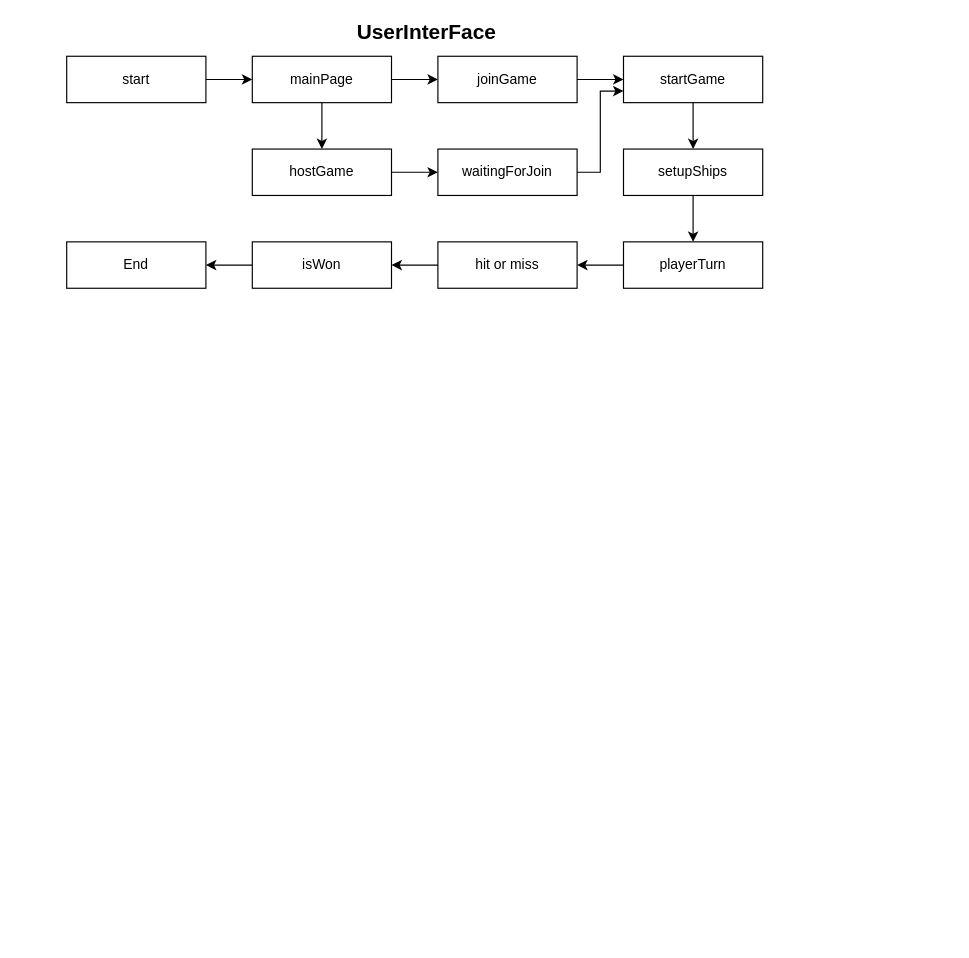
Earlier version of the draw.io diagram page "Page-1" (1 of 2) of docs/battleShip.drawio (shiviraj/battleShip). Source tidied: cells renumbered, new cells numbered last; positions are measured from the earlier drawing's top-left corner, leaving out a move shared by most shapes. Both pictures are drawn from the tidied source at 116%, with x=0, y=0 at pixel (66, 21).
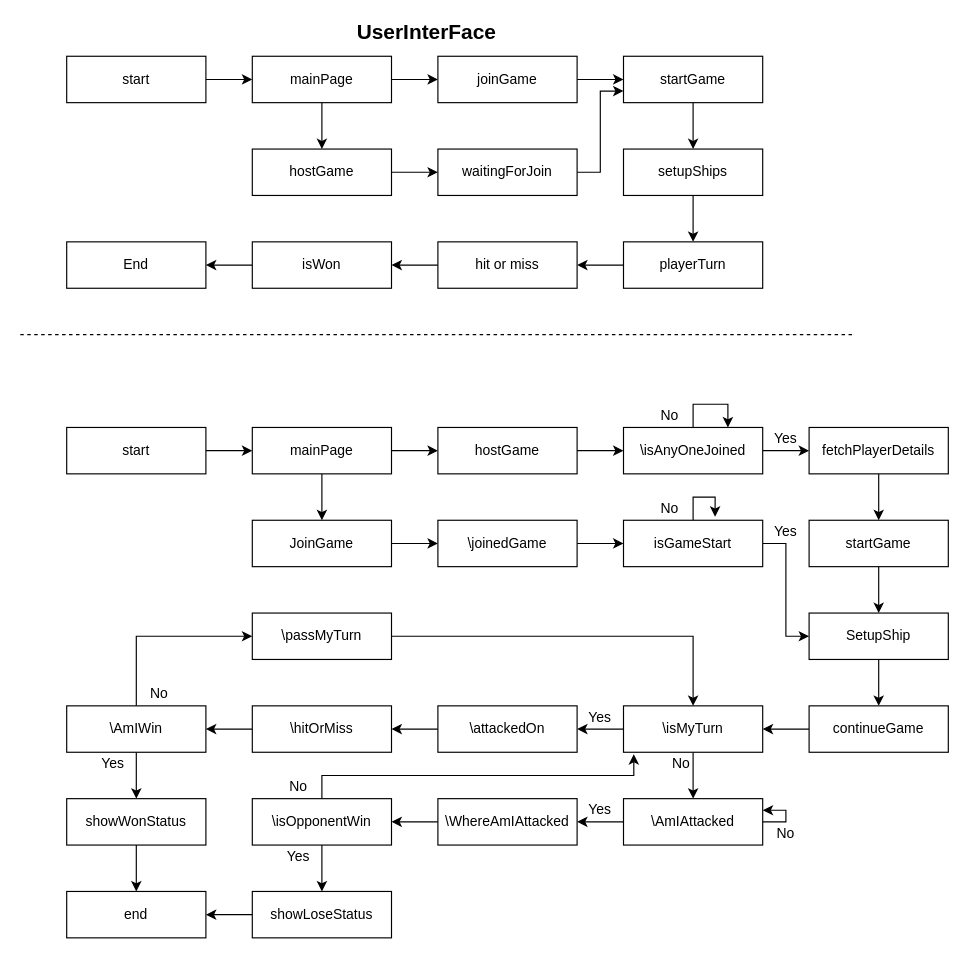
The same diagram, later.

Change to the diagram source:
```diff
@@
+    <mxCell id="25" style="endArrow=none;dashed=1;html=1;" parent="1" edge="1">
+      <mxGeometry relative="1" as="geometry">
+        <mxPoint x="-40" y="270" as="sourcePoint" />
+        <mxPoint x="680" y="270" as="targetPoint" />
+      </mxGeometry>
+    </mxCell>
+    <mxCell id="26" style="edgeStyle=orthogonalEdgeStyle;rounded=0;jettySize=auto;html=1;entryX=0;entryY=0.5;entryDx=0;entryDy=0;" parent="1" edge="1" source="27" target="30">
+      <mxGeometry relative="1" as="geometry" />
+    </mxCell>
+    <mxCell id="27" value="start" style="rounded=0;whiteSpace=wrap;html=1;" parent="1" vertex="1">
+      <mxGeometry y="350" width="120" height="40" as="geometry" />
+    </mxCell>
+    <mxCell id="28" style="edgeStyle=orthogonalEdgeStyle;rounded=0;jettySize=auto;html=1;entryX=0;entryY=0.5;entryDx=0;entryDy=0;" parent="1" edge="1" source="30" target="32">
+      <mxGeometry relative="1" as="geometry" />
+    </mxCell>
+    <mxCell id="29" style="edgeStyle=orthogonalEdgeStyle;rounded=0;jettySize=auto;html=1;entryX=0.5;entryY=0;entryDx=0;entryDy=0;" parent="1" edge="1" source="30" target="42">
+      <mxGeometry relative="1" as="geometry" />
+    </mxCell>
+    <mxCell id="30" value="mainPage" style="rounded=0;whiteSpace=wrap;html=1;" parent="1" vertex="1">
+      <mxGeometry x="160" y="350" width="120" height="40" as="geometry" />
+    </mxCell>
+    <mxCell id="31" style="edgeStyle=orthogonalEdgeStyle;rounded=0;jettySize=auto;html=1;entryX=0;entryY=0.5;entryDx=0;entryDy=0;" parent="1" edge="1" source="32" target="34">
+      <mxGeometry relative="1" as="geometry" />
+    </mxCell>
+    <mxCell id="32" value="hostGame" style="rounded=0;whiteSpace=wrap;html=1;" parent="1" vertex="1">
+      <mxGeometry x="320" y="350" width="120" height="40" as="geometry" />
+    </mxCell>
+    <mxCell id="33" style="edgeStyle=orthogonalEdgeStyle;rounded=0;jettySize=auto;html=1;entryX=0;entryY=0.5;entryDx=0;entryDy=0;" parent="1" edge="1" source="34" target="36">
+      <mxGeometry relative="1" as="geometry" />
+    </mxCell>
+    <mxCell id="34" value="\isAnyOneJoined" style="rounded=0;whiteSpace=wrap;html=1;" parent="1" vertex="1">
+      <mxGeometry x="480" y="350" width="120" height="40" as="geometry" />
+    </mxCell>
+    <mxCell id="35" style="edgeStyle=orthogonalEdgeStyle;rounded=0;jettySize=auto;html=1;entryX=0.5;entryY=0;entryDx=0;entryDy=0;" parent="1" edge="1" source="36" target="52">
+      <mxGeometry relative="1" as="geometry" />
+    </mxCell>
+    <mxCell id="36" value="fetchPlayerDetails" style="rounded=0;whiteSpace=wrap;html=1;" parent="1" vertex="1">
+      <mxGeometry x="640" y="350" width="120" height="40" as="geometry" />
+    </mxCell>
+    <mxCell id="37" style="edgeStyle=orthogonalEdgeStyle;rounded=0;jettySize=auto;html=1;entryX=0.5;entryY=0;entryDx=0;entryDy=0;" parent="1" edge="1" source="52" target="51">
+      <mxGeometry relative="1" as="geometry" />
+    </mxCell>
+    <mxCell id="38" style="edgeStyle=orthogonalEdgeStyle;rounded=0;orthogonalLoop=1;jettySize=auto;html=1;entryX=0.75;entryY=0;entryDx=0;entryDy=0;" parent="1" edge="1" source="34" target="34">
+      <mxGeometry relative="1" as="geometry">
+        <Array as="points">
+          <mxPoint x="540" y="330" />
+          <mxPoint x="570" y="330" />
+        </Array>
+      </mxGeometry>
+    </mxCell>
+    <mxCell id="39" value="No" style="text;html=1;strokeColor=none;fillColor=none;align=center;verticalAlign=middle;whiteSpace=wrap;rounded=0;" parent="1" vertex="1">
+      <mxGeometry x="480" y="310" width="80" height="60" as="geometry" />
+    </mxCell>
+    <mxCell id="40" value="Yes" style="text;html=1;strokeColor=none;fillColor=none;align=center;verticalAlign=middle;whiteSpace=wrap;rounded=0;" parent="1" vertex="1">
+      <mxGeometry x="600" y="350" width="40" height="20" as="geometry" />
+    </mxCell>
+    <mxCell id="41" style="edgeStyle=orthogonalEdgeStyle;rounded=0;jettySize=auto;html=1;" parent="1" edge="1" source="42" target="44">
+      <mxGeometry relative="1" as="geometry" />
+    </mxCell>
+    <mxCell id="42" value="JoinGame" style="rounded=0;whiteSpace=wrap;html=1;" parent="1" vertex="1">
+      <mxGeometry x="160" y="430" width="120" height="40" as="geometry" />
+    </mxCell>
+    <mxCell id="43" style="edgeStyle=orthogonalEdgeStyle;rounded=0;jettySize=auto;html=1;" parent="1" edge="1" source="44" target="46">
+      <mxGeometry relative="1" as="geometry" />
+    </mxCell>
+    <mxCell id="44" value="\joinedGame" style="rounded=0;whiteSpace=wrap;html=1;" parent="1" vertex="1">
+      <mxGeometry x="320" y="430" width="120" height="40" as="geometry" />
+    </mxCell>
+    <mxCell id="45" style="edgeStyle=orthogonalEdgeStyle;rounded=0;jettySize=auto;html=1;entryX=0;entryY=0.5;entryDx=0;entryDy=0;" parent="1" edge="1" source="46" target="51">
+      <mxGeometry relative="1" as="geometry" />
+    </mxCell>
+    <mxCell id="46" value="isGameStart" style="rounded=0;whiteSpace=wrap;html=1;" parent="1" vertex="1">
+      <mxGeometry x="480" y="430" width="120" height="40" as="geometry" />
+    </mxCell>
+    <mxCell id="47" style="edgeStyle=orthogonalEdgeStyle;rounded=0;orthogonalLoop=1;jettySize=auto;html=1;entryX=0.658;entryY=-0.075;entryDx=0;entryDy=0;entryPerimeter=0;" parent="1" edge="1" source="46" target="46">
+      <mxGeometry relative="1" as="geometry">
+        <Array as="points">
+          <mxPoint x="540" y="410" />
+          <mxPoint x="559" y="410" />
+        </Array>
+      </mxGeometry>
+    </mxCell>
+    <mxCell id="48" value="No" style="text;html=1;strokeColor=none;fillColor=none;align=center;verticalAlign=middle;whiteSpace=wrap;rounded=0;" parent="1" vertex="1">
+      <mxGeometry x="500" y="410" width="40" height="20" as="geometry" />
+    </mxCell>
+    <mxCell id="49" value="Yes" style="text;html=1;strokeColor=none;fillColor=none;align=center;verticalAlign=middle;whiteSpace=wrap;rounded=0;" parent="1" vertex="1">
+      <mxGeometry x="600" y="430" width="40" height="20" as="geometry" />
+    </mxCell>
+    <mxCell id="50" style="edgeStyle=orthogonalEdgeStyle;rounded=0;jettySize=auto;html=1;entryX=0.5;entryY=0;entryDx=0;entryDy=0;" parent="1" edge="1" source="51" target="54">
+      <mxGeometry relative="1" as="geometry" />
+    </mxCell>
+    <mxCell id="51" value="SetupShip" style="rounded=0;whiteSpace=wrap;html=1;" parent="1" vertex="1">
+      <mxGeometry x="640" y="510" width="120" height="40" as="geometry" />
+    </mxCell>
+    <mxCell id="52" value="startGame" style="rounded=0;whiteSpace=wrap;html=1;" parent="1" vertex="1">
+      <mxGeometry x="640" y="430" width="120" height="40" as="geometry" />
+    </mxCell>
+    <mxCell id="53" style="edgeStyle=orthogonalEdgeStyle;rounded=0;jettySize=auto;html=1;entryX=1;entryY=0.5;entryDx=0;entryDy=0;" parent="1" edge="1" source="54" target="57">
+      <mxGeometry relative="1" as="geometry" />
+    </mxCell>
+    <mxCell id="54" value="continueGame" style="rounded=0;whiteSpace=wrap;html=1;" parent="1" vertex="1">
+      <mxGeometry x="640" y="590" width="120" height="40" as="geometry" />
+    </mxCell>
+    <mxCell id="55" style="edgeStyle=orthogonalEdgeStyle;rounded=0;jettySize=auto;html=1;entryX=1;entryY=0.5;entryDx=0;entryDy=0;" parent="1" edge="1" source="57" target="59">
+      <mxGeometry relative="1" as="geometry" />
+    </mxCell>
+    <mxCell id="56" style="edgeStyle=orthogonalEdgeStyle;rounded=0;jettySize=auto;html=1;entryX=0.5;entryY=0;entryDx=0;entryDy=0;" parent="1" edge="1" source="57" target="63">
+      <mxGeometry relative="1" as="geometry" />
+    </mxCell>
+    <mxCell id="57" value="\isMyTurn" style="rounded=0;whiteSpace=wrap;html=1;" parent="1" vertex="1">
+      <mxGeometry x="480" y="590" width="120" height="40" as="geometry" />
+    </mxCell>
+    <mxCell id="58" style="edgeStyle=orthogonalEdgeStyle;rounded=0;jettySize=auto;html=1;entryX=1;entryY=0.5;entryDx=0;entryDy=0;" parent="1" edge="1" source="59" target="69">
+      <mxGeometry relative="1" as="geometry" />
+    </mxCell>
+    <mxCell id="59" value="\attackedOn" style="rounded=0;whiteSpace=wrap;html=1;" parent="1" vertex="1">
+      <mxGeometry x="320" y="590" width="120" height="40" as="geometry" />
+    </mxCell>
+    <mxCell id="60" value="Yes" style="text;html=1;strokeColor=none;fillColor=none;align=center;verticalAlign=middle;whiteSpace=wrap;rounded=0;" parent="1" vertex="1">
+      <mxGeometry x="440" y="590" width="40" height="20" as="geometry" />
+    </mxCell>
+    <mxCell id="61" style="edgeStyle=orthogonalEdgeStyle;rounded=0;orthogonalLoop=1;jettySize=auto;html=1;entryX=1;entryY=0.25;entryDx=0;entryDy=0;" parent="1" edge="1" source="63" target="63">
+      <mxGeometry relative="1" as="geometry">
+        <Array as="points">
+          <mxPoint x="540" y="690" />
+          <mxPoint x="620" y="690" />
+          <mxPoint x="620" y="680" />
+        </Array>
+      </mxGeometry>
+    </mxCell>
+    <mxCell id="62" style="edgeStyle=orthogonalEdgeStyle;rounded=0;jettySize=auto;html=1;entryX=1;entryY=0.5;entryDx=0;entryDy=0;" parent="1" edge="1" source="63" target="66">
+      <mxGeometry relative="1" as="geometry" />
+    </mxCell>
+    <mxCell id="63" value="\AmIAttacked" style="rounded=0;whiteSpace=wrap;html=1;" parent="1" vertex="1">
+      <mxGeometry x="480" y="670" width="120" height="40" as="geometry" />
+    </mxCell>
+    <mxCell id="64" value="No" style="text;html=1;strokeColor=none;fillColor=none;align=center;verticalAlign=middle;whiteSpace=wrap;rounded=0;" parent="1" vertex="1">
+      <mxGeometry x="600" y="690" width="40" height="20" as="geometry" />
+    </mxCell>
+    <mxCell id="65" style="edgeStyle=orthogonalEdgeStyle;rounded=0;jettySize=auto;html=1;entryX=1;entryY=0.5;entryDx=0;entryDy=0;" parent="1" edge="1" source="66" target="79">
+      <mxGeometry relative="1" as="geometry" />
+    </mxCell>
+    <mxCell id="66" value="\WhereAmIAttacked" style="rounded=0;whiteSpace=wrap;html=1;" parent="1" vertex="1">
+      <mxGeometry x="320" y="670" width="120" height="40" as="geometry" />
+    </mxCell>
+    <mxCell id="67" value="Yes" style="text;html=1;strokeColor=none;fillColor=none;align=center;verticalAlign=middle;whiteSpace=wrap;rounded=0;" parent="1" vertex="1">
+      <mxGeometry x="440" y="670" width="40" height="20" as="geometry" />
+    </mxCell>
+    <mxCell id="68" style="edgeStyle=orthogonalEdgeStyle;rounded=0;jettySize=auto;html=1;entryX=1;entryY=0.5;entryDx=0;entryDy=0;" parent="1" edge="1" source="69" target="73">
+      <mxGeometry relative="1" as="geometry" />
+    </mxCell>
+    <mxCell id="69" value="\hitOrMiss" style="rounded=0;whiteSpace=wrap;html=1;" parent="1" vertex="1">
+      <mxGeometry x="160" y="590" width="120" height="40" as="geometry" />
+    </mxCell>
+    <mxCell id="70" value="No" style="text;html=1;strokeColor=none;fillColor=none;align=center;verticalAlign=middle;whiteSpace=wrap;rounded=0;" parent="1" vertex="1">
+      <mxGeometry x="510" y="630" width="40" height="20" as="geometry" />
+    </mxCell>
+    <mxCell id="71" style="edgeStyle=orthogonalEdgeStyle;rounded=0;jettySize=auto;html=1;entryX=0;entryY=0.5;entryDx=0;entryDy=0;" parent="1" edge="1" source="73" target="75">
+      <mxGeometry relative="1" as="geometry">
+        <Array as="points">
+          <mxPoint x="60" y="530" />
+        </Array>
+      </mxGeometry>
+    </mxCell>
+    <mxCell id="72" style="edgeStyle=orthogonalEdgeStyle;rounded=0;jettySize=auto;html=1;entryX=0.5;entryY=0;entryDx=0;entryDy=0;" parent="1" edge="1" source="73" target="82">
+      <mxGeometry relative="1" as="geometry" />
+    </mxCell>
+    <mxCell id="73" value="\AmIWin" style="rounded=0;whiteSpace=wrap;html=1;" parent="1" vertex="1">
+      <mxGeometry y="590" width="120" height="40" as="geometry" />
+    </mxCell>
+    <mxCell id="74" style="edgeStyle=orthogonalEdgeStyle;rounded=0;jettySize=auto;html=1;entryX=0.5;entryY=0;entryDx=0;entryDy=0;" parent="1" edge="1" source="75" target="57">
+      <mxGeometry relative="1" as="geometry" />
+    </mxCell>
+    <mxCell id="75" value="\passMyTurn" style="rounded=0;whiteSpace=wrap;html=1;" parent="1" vertex="1">
+      <mxGeometry x="160" y="510" width="120" height="40" as="geometry" />
+    </mxCell>
+    <mxCell id="76" value="No" style="text;html=1;strokeColor=none;fillColor=none;align=center;verticalAlign=middle;whiteSpace=wrap;rounded=0;" parent="1" vertex="1">
+      <mxGeometry x="60" y="570" width="40" height="20" as="geometry" />
+    </mxCell>
+    <mxCell id="77" style="edgeStyle=orthogonalEdgeStyle;rounded=0;jettySize=auto;html=1;entryX=0.074;entryY=1.042;entryDx=0;entryDy=0;entryPerimeter=0;" parent="1" edge="1" source="79" target="57">
+      <mxGeometry relative="1" as="geometry">
+        <Array as="points">
+          <mxPoint x="220" y="650" />
+          <mxPoint x="489" y="650" />
+        </Array>
+      </mxGeometry>
+    </mxCell>
+    <mxCell id="78" style="edgeStyle=orthogonalEdgeStyle;rounded=0;jettySize=auto;html=1;entryX=0.5;entryY=0;entryDx=0;entryDy=0;" parent="1" edge="1" source="79" target="84">
+      <mxGeometry relative="1" as="geometry" />
+    </mxCell>
+    <mxCell id="79" value="\isOpponentWin" style="rounded=0;whiteSpace=wrap;html=1;" parent="1" vertex="1">
+      <mxGeometry x="160" y="670" width="120" height="40" as="geometry" />
+    </mxCell>
+    <mxCell id="80" value="No" style="text;html=1;strokeColor=none;fillColor=none;align=center;verticalAlign=middle;whiteSpace=wrap;rounded=0;" parent="1" vertex="1">
+      <mxGeometry x="180" y="650" width="40" height="20" as="geometry" />
+    </mxCell>
+    <mxCell id="81" style="edgeStyle=orthogonalEdgeStyle;rounded=0;jettySize=auto;html=1;entryX=0.5;entryY=0;entryDx=0;entryDy=0;" parent="1" edge="1" source="82" target="85">
+      <mxGeometry relative="1" as="geometry" />
+    </mxCell>
+    <mxCell id="82" value="showWonStatus" style="rounded=0;whiteSpace=wrap;html=1;" parent="1" vertex="1">
+      <mxGeometry y="670" width="120" height="40" as="geometry" />
+    </mxCell>
+    <mxCell id="83" style="edgeStyle=orthogonalEdgeStyle;rounded=0;jettySize=auto;html=1;entryX=1;entryY=0.5;entryDx=0;entryDy=0;" parent="1" edge="1" source="84" target="85">
+      <mxGeometry relative="1" as="geometry" />
+    </mxCell>
+    <mxCell id="84" value="showLoseStatus" style="rounded=0;whiteSpace=wrap;html=1;" parent="1" vertex="1">
+      <mxGeometry x="160" y="750" width="120" height="40" as="geometry" />
+    </mxCell>
+    <mxCell id="85" value="end" style="rounded=0;whiteSpace=wrap;html=1;" parent="1" vertex="1">
+      <mxGeometry y="750" width="120" height="40" as="geometry" />
+    </mxCell>
+    <mxCell id="86" value="Yes" style="text;html=1;strokeColor=none;fillColor=none;align=center;verticalAlign=middle;whiteSpace=wrap;rounded=0;" parent="1" vertex="1">
+      <mxGeometry x="180" y="710" width="40" height="20" as="geometry" />
+    </mxCell>
+    <mxCell id="87" value="Yes" style="text;html=1;strokeColor=none;fillColor=none;align=center;verticalAlign=middle;whiteSpace=wrap;rounded=0;" parent="1" vertex="1">
+      <mxGeometry x="20" y="630" width="40" height="20" as="geometry" />
+    </mxCell>
```
